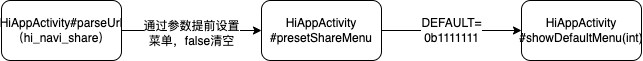
The draw.io diagram 流程梳理/WebApp创建菜单.drawio.png in baizhu0414/Diagrams, before a commit. Source tidied: cells renumbered, new cells last; positions are measured from the earlier drawing's top-left corner, leaving out a move shared by most shapes. Its diagram source:
```xml
<mxGraphModel>
  <root>
    <mxCell id="0" />
    <mxCell id="1" parent="0" />
    <mxCell id="2" style="edgeStyle=orthogonalEdgeStyle;rounded=0;jettySize=auto;html=1;" parent="1" edge="1" source="4" target="7">
      <mxGeometry relative="1" as="geometry" />
    </mxCell>
    <mxCell id="3" value="通过参数提前设置&lt;br&gt;菜单，false清空" style="edgeLabel;html=1;align=center;verticalAlign=middle;" parent="2" vertex="1">
      <mxGeometry x="-0.01" y="-2" relative="1" as="geometry" />
    </mxCell>
    <mxCell id="4" value="HiAppActivity#parseUrl&lt;br&gt;（hi_navi_share&lt;span style=&quot;background-color: initial;&quot;&gt;）&lt;/span&gt;" style="rounded=1;whiteSpace=wrap;html=1;" parent="1" vertex="1">
      <mxGeometry width="120" height="60" as="geometry" />
    </mxCell>
    <mxCell id="5" style="edgeStyle=orthogonalEdgeStyle;rounded=0;jettySize=auto;html=1;" parent="1" edge="1" source="7" target="8">
      <mxGeometry relative="1" as="geometry" />
    </mxCell>
    <mxCell id="6" value="DEFAULT=&lt;br&gt;0b1111111" style="edgeLabel;html=1;align=center;verticalAlign=middle;" parent="5" vertex="1">
      <mxGeometry x="-0.01" y="1" relative="1" as="geometry" />
    </mxCell>
    <mxCell id="7" value="HiAppActivity&lt;br&gt;#presetShareMenu" style="whiteSpace=wrap;html=1;rounded=1;" parent="1" vertex="1">
      <mxGeometry x="260" width="120" height="60" as="geometry" />
    </mxCell>
    <mxCell id="8" value="HiAppActivity&lt;br&gt;#showDefaultMenu(int)" style="whiteSpace=wrap;html=1;rounded=1;" parent="1" vertex="1">
      <mxGeometry x="520" width="120" height="60" as="geometry" />
    </mxCell>
  </root>
</mxGraphModel>
```
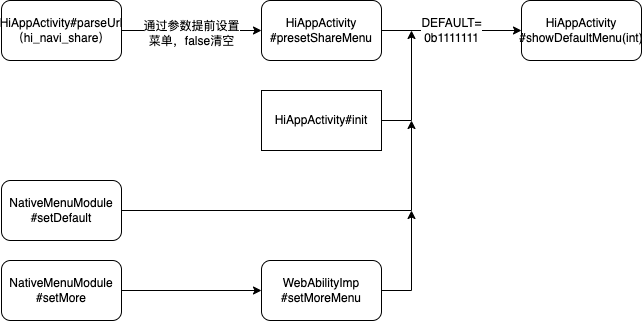
The same diagram one commit later.

Commit message:
更新WebApp创建菜单.drawio.png

Diff of the diagram source:
```diff
@@ -23,5 +23,35 @@
     <mxCell id="8" value="HiAppActivity&lt;br&gt;#showDefaultMenu(int)" style="whiteSpace=wrap;html=1;rounded=1;" parent="1" vertex="1">
       <mxGeometry x="520" width="120" height="60" as="geometry" />
     </mxCell>
+    <mxCell id="9" style="edgeStyle=orthogonalEdgeStyle;rounded=0;jettySize=auto;html=1;exitX=1;exitY=0.5;exitDx=0;exitDy=0;" parent="1" edge="1" source="10">
+      <mxGeometry relative="1" as="geometry">
+        <mxPoint x="410" y="30" as="targetPoint" />
+      </mxGeometry>
+    </mxCell>
+    <mxCell id="10" value="HiAppActivity#init" style="whiteSpace=wrap;html=1;" parent="1" vertex="1">
+      <mxGeometry x="260" y="90" width="120" height="60" as="geometry" />
+    </mxCell>
+    <mxCell id="11" style="edgeStyle=orthogonalEdgeStyle;rounded=0;jettySize=auto;html=1;exitX=1;exitY=0.5;exitDx=0;exitDy=0;" parent="1" edge="1" source="12">
+      <mxGeometry relative="1" as="geometry">
+        <mxPoint x="410" y="120" as="targetPoint" />
+      </mxGeometry>
+    </mxCell>
+    <mxCell id="12" value="NativeMenuModule&lt;br&gt;#setDefault" style="rounded=1;whiteSpace=wrap;html=1;" parent="1" vertex="1">
+      <mxGeometry y="180" width="120" height="60" as="geometry" />
+    </mxCell>
+    <mxCell id="13" style="edgeStyle=orthogonalEdgeStyle;rounded=0;jettySize=auto;html=1;exitX=1;exitY=0.5;exitDx=0;exitDy=0;" parent="1" edge="1" source="14">
+      <mxGeometry relative="1" as="geometry">
+        <mxPoint x="410" y="210" as="targetPoint" />
+      </mxGeometry>
+    </mxCell>
+    <mxCell id="14" value="WebAbilityImp&lt;br&gt;#setMoreMenu" style="rounded=1;whiteSpace=wrap;html=1;" parent="1" vertex="1">
+      <mxGeometry x="260" y="260" width="120" height="60" as="geometry" />
+    </mxCell>
+    <mxCell id="15" style="edgeStyle=orthogonalEdgeStyle;rounded=0;jettySize=auto;html=1;exitX=1;exitY=0.5;exitDx=0;exitDy=0;entryX=0;entryY=0.5;entryDx=0;entryDy=0;" parent="1" edge="1" source="16" target="14">
+      <mxGeometry relative="1" as="geometry" />
+    </mxCell>
+    <mxCell id="16" value="NativeMenuModule&lt;br&gt;#setMore" style="rounded=1;whiteSpace=wrap;html=1;" parent="1" vertex="1">
+      <mxGeometry y="260" width="120" height="60" as="geometry" />
+    </mxCell>
   </root>
 </mxGraphModel>
```
